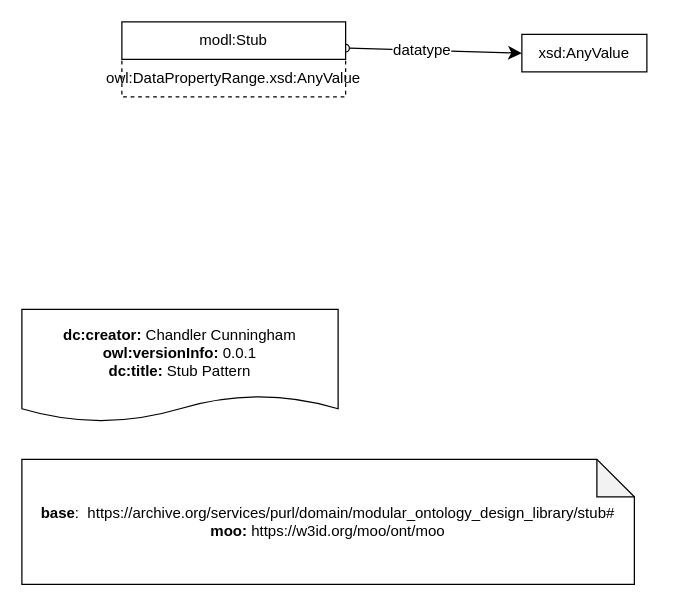
Before: Drawio Patterns/stub.drawio in nd-crane/Drawio-experiments, a draw.io diagram. Source tidied: cells renumbered, new cells numbered last; positions are measured from the earlier drawing's top-left corner, leaving out a move shared by most shapes. Both pictures are drawn from the tidied source at 125%, with x=0, y=0 at pixel (21, 21).
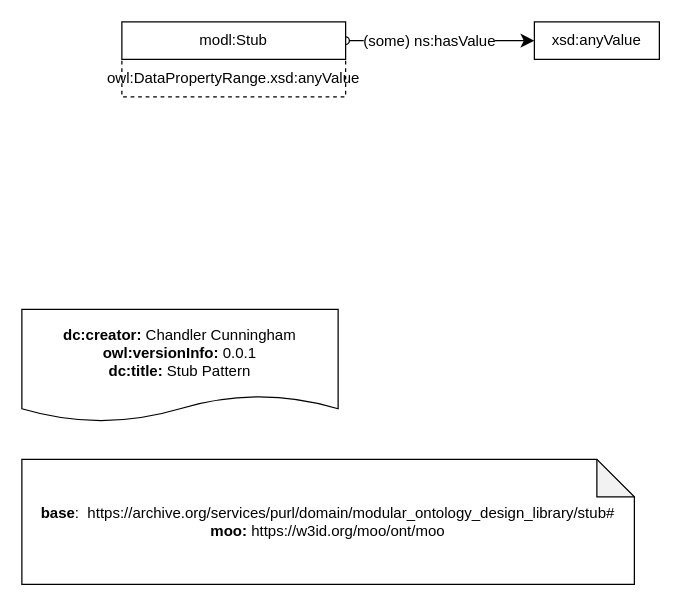
Above is the later version.

Change to the diagram source:
```diff
@@
 <mxGraphModel>
   <root>
     <mxCell id="0" />
     <mxCell id="1" parent="0" />
     <mxCell id="2" value="&lt;div&gt;&lt;div&gt;&lt;b&gt;base&lt;/b&gt;:&amp;nbsp;&amp;nbsp;https://archive.org/services/purl/domain/modular_ontology_design_library/stub#&lt;/div&gt;&lt;div&gt;&lt;b&gt;moo:&lt;/b&gt;&amp;nbsp;https://w3id.org/moo/ont/moo&lt;/div&gt;&lt;/div&gt;" style="shape=note;whiteSpace=wrap;html=1;backgroundOutline=1;darkOpacity=0.05;" parent="1" vertex="1">
       <mxGeometry y="350" width="490" height="100" as="geometry" />
     </mxCell>
     <mxCell id="3" value="&lt;div&gt;&lt;b&gt;dc:creator:&lt;/b&gt;&amp;nbsp;Chandler Cunningham&lt;/div&gt;&lt;div&gt;&lt;b&gt;owl:versionInfo:&lt;/b&gt; 0.0.1&lt;/div&gt;&lt;div&gt;&lt;b&gt;dc:title:&lt;/b&gt; Stub Pattern&lt;/div&gt;" style="shape=document;whiteSpace=wrap;html=1;boundedLbl=1;labelBackgroundColor=#ffffff;strokeColor=#000000;fontSize=12;fontColor=#000000;size=0.23333333333333334;" parent="1" vertex="1">
       <mxGeometry y="230" width="253" height="90" as="geometry" />
     </mxCell>
-    <mxCell id="4" value="xsd:AnyValue" style="rounded=0;whiteSpace=wrap;html=1;snapToPoint=1;points=[[0.1,0],[0.2,0],[0.3,0],[0.4,0],[0.5,0],[0.6,0],[0.7,0],[0.8,0],[0.9,0],[0,0.1],[0,0.3],[0,0.5],[0,0.7],[0,0.9],[0.1,1],[0.2,1],[0.3,1],[0.4,1],[0.5,1],[0.6,1],[0.7,1],[0.8,1],[0.9,1],[1,0.1],[1,0.3],[1,0.5],[1,0.7],[1,0.9]];" parent="1" vertex="1">
-      <mxGeometry x="400" y="10" width="100" height="30" as="geometry" />
+    <mxCell id="4" value="xsd:anyValue" style="rounded=0;whiteSpace=wrap;html=1;snapToPoint=1;points=[[0.1,0],[0.2,0],[0.3,0],[0.4,0],[0.5,0],[0.6,0],[0.7,0],[0.8,0],[0.9,0],[0,0.1],[0,0.3],[0,0.5],[0,0.7],[0,0.9],[0.1,1],[0.2,1],[0.3,1],[0.4,1],[0.5,1],[0.6,1],[0.7,1],[0.8,1],[0.9,1],[1,0.1],[1,0.3],[1,0.5],[1,0.7],[1,0.9]];" parent="1" vertex="1">
+      <mxGeometry x="410" width="100" height="30" as="geometry" />
     </mxCell>
-    <mxCell id="5" style="endArrow=classic;html=1;exitX=1;exitY=0.7;exitDx=0;exitDy=0;entryX=0;entryY=0.5;entryDx=0;entryDy=0;endSize=8;startArrow=oval;startFill=0;arcSize=0;" parent="1" edge="1" source="8" target="4">
+    <mxCell id="5" style="endArrow=classic;html=1;exitX=1;exitY=0.5;exitDx=0;exitDy=0;entryX=0;entryY=0.5;entryDx=0;entryDy=0;endSize=8;startArrow=oval;startFill=0;arcSize=0;" parent="1" edge="1" source="8" target="4">
       <mxGeometry relative="1" as="geometry" />
     </mxCell>
-    <mxCell id="6" value="datatype" style="text;html=1;align=center;verticalAlign=middle;labelBackgroundColor=#ffffff;" parent="5" vertex="1">
+    <mxCell id="6" value="(some) ns:hasValue" style="text;html=1;align=center;verticalAlign=middle;labelBackgroundColor=#ffffff;" parent="5" vertex="1">
       <mxGeometry x="-0.13" relative="1" as="geometry" />
     </mxCell>
-    <mxCell id="7" value="owl:DataPropertyRange.xsd:AnyValue" style="rounded=0;whiteSpace=wrap;html=1;dashed=1;" parent="1" vertex="1">
+    <mxCell id="7" value="owl:DataPropertyRange.xsd:anyValue" style="rounded=0;whiteSpace=wrap;html=1;dashed=1;" parent="1" vertex="1">
       <mxGeometry x="80" y="30" width="179" height="30" as="geometry" />
     </mxCell>
     <mxCell id="8" value="modl:Stub" style="rounded=0;whiteSpace=wrap;html=1;snapToPoint=1;points=[[0.1,0],[0.2,0],[0.3,0],[0.4,0],[0.5,0],[0.6,0],[0.7,0],[0.8,0],[0.9,0],[0,0.1],[0,0.3],[0,0.5],[0,0.7],[0,0.9],[0.1,1],[0.2,1],[0.3,1],[0.4,1],[0.5,1],[0.6,1],[0.7,1],[0.8,1],[0.9,1],[1,0.1],[1,0.3],[1,0.5],[1,0.7],[1,0.9]];" parent="1" vertex="1">
       <mxGeometry x="80" width="179" height="30" as="geometry" />
     </mxCell>
   </root>
 </mxGraphModel>
```
